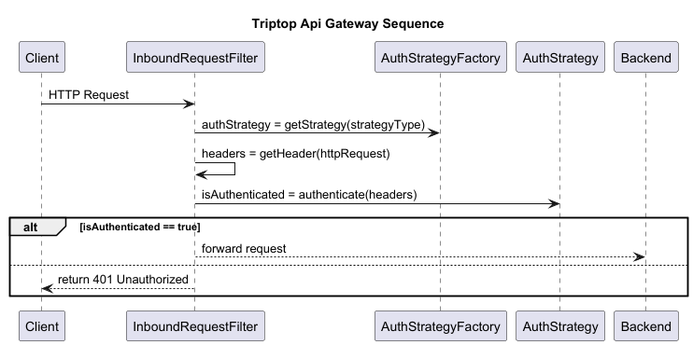
Earlier version of the PlantUML export software-guidebook/images/sequence_diagrams/Triptop_Api_Gateway_Request_Interceptor_Sequence_Diagram.png (AIM-ENE-feb25/triptop-groep-1-met-third-wheel).
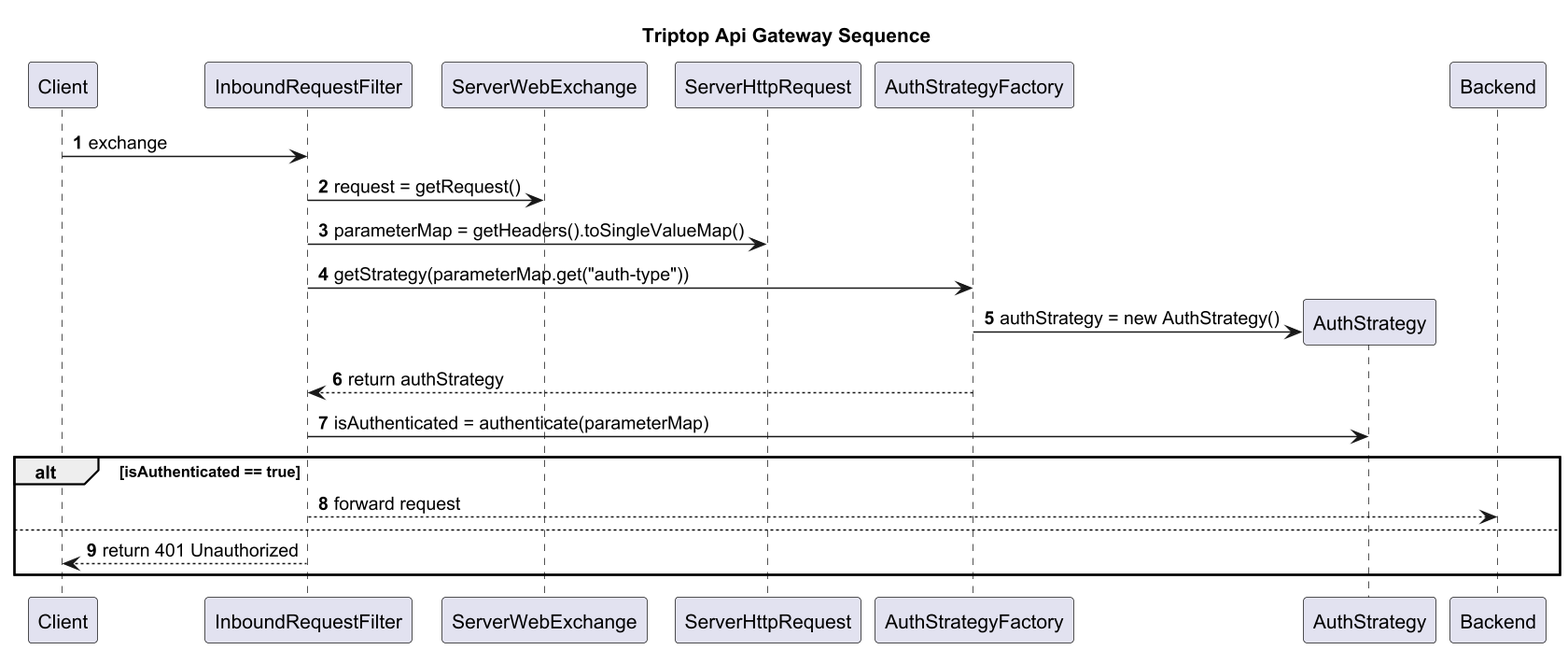
Later version of the same file.

Change to the diagram source:
```diff
@@ -1,18 +1,28 @@
 @startuml
 title Triptop Api Gateway Sequence
 
+autonumber
+
 participant "Client" as client
 participant "InboundRequestFilter" as filter
+participant "ServerWebExchange" as exchange
+participant "ServerHttpRequest" as request
 participant "AuthStrategyFactory" as factory
-participant "AuthStrategy" as strategy
 
-client -> filter: HTTP Request
+client -> filter: exchange
 
-filter -> factory: authStrategy = getStrategy(strategyType)
+filter -> exchange: request = getRequest()
 
-filter -> filter: headers = getHeader(httpRequest)
+filter -> request: parameterMap = getHeaders().toSingleValueMap()
 
-filter -> strategy: isAuthenticated = authenticate(headers)
+filter -> factory: getStrategy(parameterMap.get("auth-type"))
+
+create participant "AuthStrategy" as strategy
+factory -> strategy: authStrategy = new AuthStrategy()
+
+factory --> filter: return authStrategy
+
+filter -> strategy: isAuthenticated = authenticate(parameterMap)
 
 alt isAuthenticated == true
     filter --> Backend: forward request
@@ -20,6 +30,4 @@
     filter --> client: return 401 Unauthorized
 end
 
-deactivate filter
-
 @enduml
```
